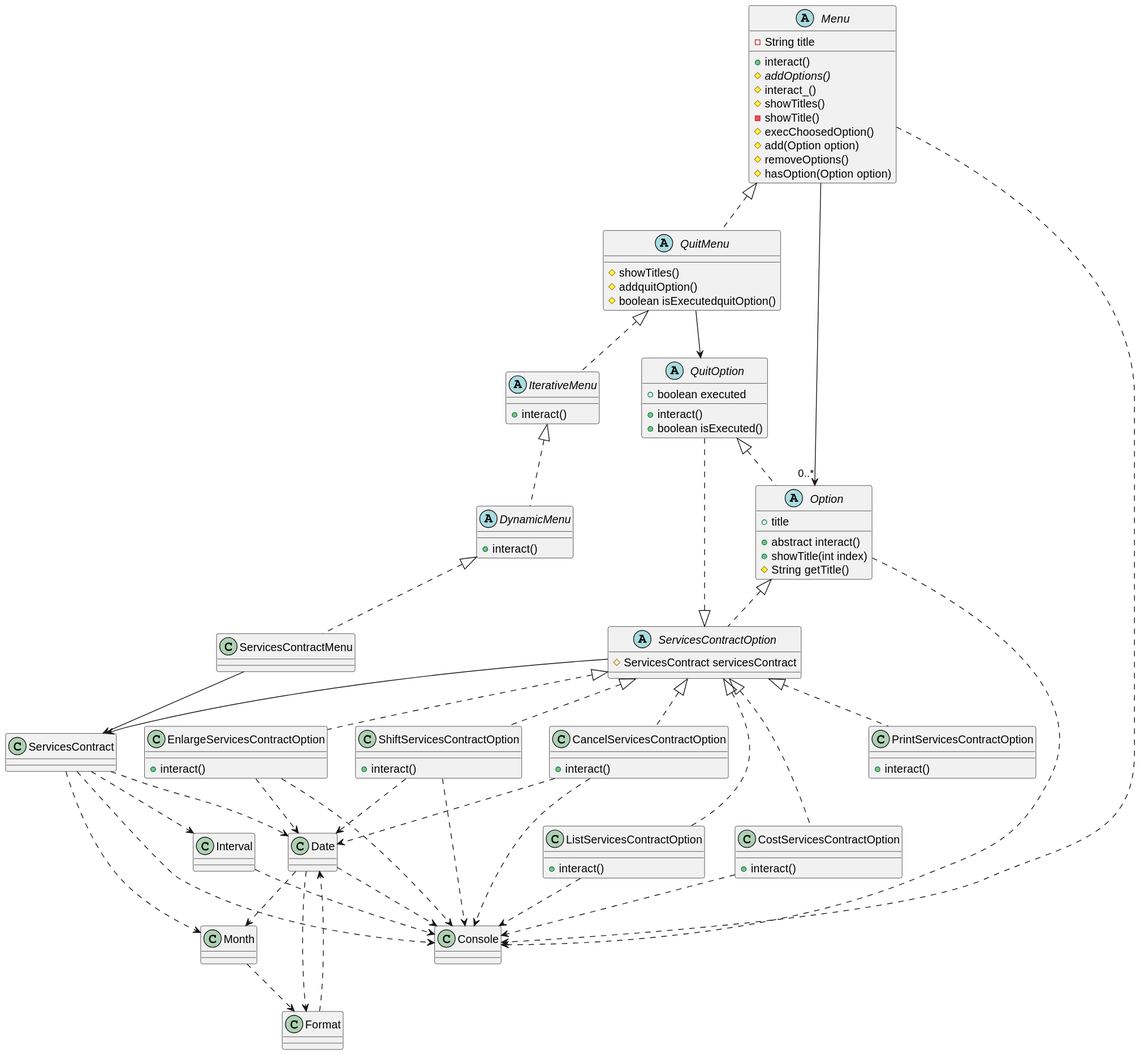
Before: tech-java-basada-en-objetos-servicescontract_menu/ServicesContractMenu/src/es/pbover/master/UML/ModeloClases.svg, a diagram exported from PlantUML (USantaTecla-ed-mpds/lab-lovalace).
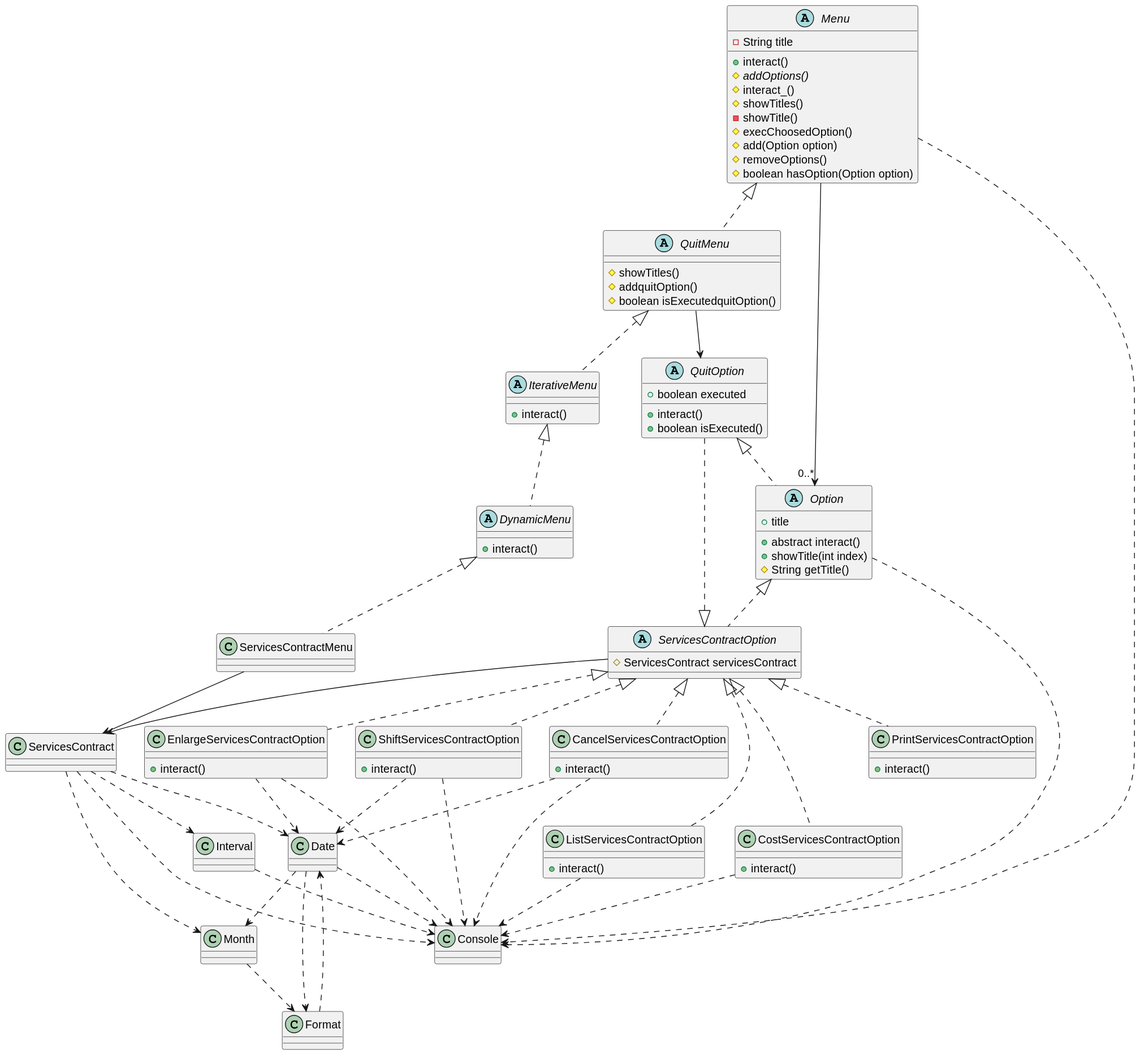
After the change.

What changed in the source:
```diff
@@ -40,7 +40,7 @@
  #execChoosedOption()
  #add(Option option)
  #removeOptions()
- #hasOption(Option option)
+ #boolean hasOption(Option option)
 }
 
 abstract class QuitMenu {
```
